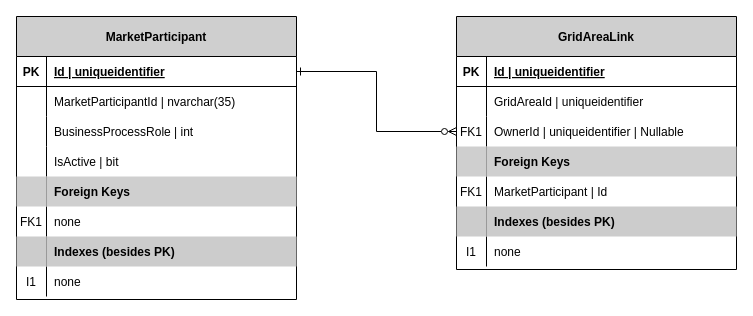
This is docs/data-models/MarketParticipant_GridAreaLink_DataModel.drawio from Energinet-DataHub/ARCHIVED-geh-charges, a draw.io file, before an edit. Source tidied: cells renumbered, new cells numbered last; positions are measured from the earlier drawing's top-left corner, leaving out a move shared by most shapes. Both pictures are drawn from the tidied source at 100%, with x=0, y=0 at pixel (16, 16).
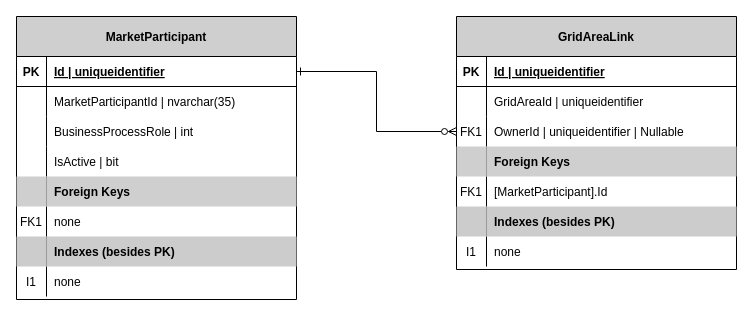
The same diagram, later.

Commit message (it also covers changes not shown here):
Changed how FKs are listed

Unchanged cells that the change refers to:
```xml
<mxCell id="15" style="shape=partialRectangle;fillColor=none;top=0;left=0;bottom=0;right=0;" parent="2" vertex="1">
  <mxGeometry y="160" width="280" height="30" as="geometry" />
</mxCell>
```

Diff of the diagram source:
```diff
@@
-    <mxCell id="17" value="MarketParticipant | Id" style="shape=partialRectangle;fillColor=none;top=0;left=0;bottom=0;right=0;align=left;spacingLeft=6;overflow=hidden;strokeColor=#82b366;" parent="15" vertex="1">
+    <mxCell id="17" value="[MarketParticipant].Id" style="shape=partialRectangle;fillColor=none;top=0;left=0;bottom=0;right=0;align=left;spacingLeft=6;overflow=hidden;strokeColor=#82b366;" parent="15" vertex="1">
       <mxGeometry x="30" width="250" height="30" as="geometry" />
     </mxCell>
```
